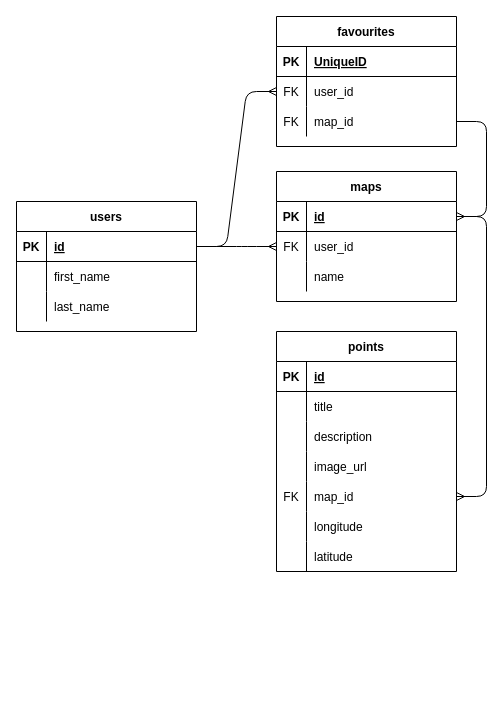
This is planning/midterm_ERD.drawio from StewartMck/mapit, a draw.io file, before an edit. Source tidied: cells renumbered, new cells numbered last; positions are measured from the earlier drawing's top-left corner, leaving out a move shared by most shapes. Both pictures are drawn from the tidied source at 100%, with x=0, y=0 at pixel (16, 16).
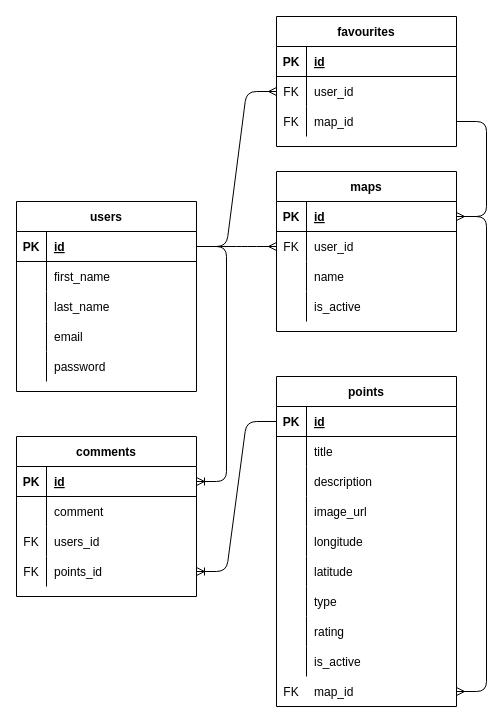
The same page after the edit.

Unchanged cells that the change refers to:
```xml
<mxCell id="3" style="shape=partialRectangle;fillColor=none;top=0;left=0;bottom=1;right=0;points=[[0,0.5],[1,0.5]];portConstraint=eastwest;" parent="2" vertex="1">
  <mxGeometry y="30" width="180" height="30" as="geometry" />
</mxCell>
<mxCell id="23" style="shape=partialRectangle;fillColor=none;top=0;left=0;bottom=1;right=0;" parent="22" vertex="1">
  <mxGeometry y="30" width="180" height="30" as="geometry" />
</mxCell>
<mxCell id="33" style="shape=partialRectangle;fillColor=none;top=0;left=0;bottom=1;right=0;points=[[0,0.5],[1,0.5]];portConstraint=eastwest;" parent="32" vertex="1">
  <mxGeometry y="30" width="180" height="30" as="geometry" />
</mxCell>
```

What changed in the source:
```diff
@@
     <mxCell id="2" value="maps" style="shape=table;startSize=30;childLayout=tableLayout;rowLines=0;fontStyle=1;align=center;" parent="1" vertex="1">
-      <mxGeometry x="260" y="155" width="180" height="130" as="geometry" />
+      <mxGeometry x="260" y="155" width="180" height="160" as="geometry" />
     </mxCell>
@@
+    <mxCell id="59" style="shape=partialRectangle;fillColor=none;top=0;left=0;bottom=0;right=0;" parent="2" vertex="1">
+      <mxGeometry y="120" width="180" height="30" as="geometry" />
+    </mxCell>
+    <mxCell id="60" style="shape=partialRectangle;fillColor=none;top=0;left=0;bottom=0;right=0;overflow=hidden;" parent="59" vertex="1">
+      <mxGeometry width="30" height="30" as="geometry" />
+    </mxCell>
+    <mxCell id="61" value="is_active" style="shape=partialRectangle;fillColor=none;top=0;left=0;bottom=0;right=0;align=left;spacingLeft=6;overflow=hidden;" parent="59" vertex="1">
+      <mxGeometry x="30" width="150" height="30" as="geometry" />
+    </mxCell>
     <mxCell id="12" value="users" style="shape=table;startSize=30;childLayout=tableLayout;rowLines=0;fontStyle=1;align=center;" parent="1" vertex="1">
-      <mxGeometry y="185" width="180" height="130" as="geometry" />
+      <mxGeometry y="185" width="180" height="190" as="geometry" />
     </mxCell>
@@
+    <mxCell id="62" style="shape=partialRectangle;fillColor=none;top=0;left=0;bottom=0;right=0;" parent="12" vertex="1">
+      <mxGeometry y="120" width="180" height="30" as="geometry" />
+    </mxCell>
+    <mxCell id="63" style="shape=partialRectangle;fillColor=none;top=0;left=0;bottom=0;right=0;overflow=hidden;" parent="62" vertex="1">
+      <mxGeometry width="30" height="30" as="geometry" />
+    </mxCell>
+    <mxCell id="64" value="email" style="shape=partialRectangle;fillColor=none;top=0;left=0;bottom=0;right=0;align=left;spacingLeft=6;overflow=hidden;" parent="62" vertex="1">
+      <mxGeometry x="30" width="150" height="30" as="geometry" />
+    </mxCell>
+    <mxCell id="45" style="shape=partialRectangle;fillColor=none;top=0;left=0;bottom=0;right=0;points=[[0,0.5],[1,0.5]];portConstraint=eastwest;" parent="12" vertex="1">
+      <mxGeometry y="150" width="180" height="30" as="geometry" />
+    </mxCell>
+    <mxCell id="65" style="shape=partialRectangle;fillColor=none;top=0;left=0;bottom=0;right=0;overflow=hidden;" parent="45" vertex="1">
+      <mxGeometry width="30" height="30" as="geometry" />
+    </mxCell>
+    <mxCell id="66" value="password" style="shape=partialRectangle;fillColor=none;top=0;left=0;bottom=0;right=0;align=left;spacingLeft=6;overflow=hidden;" parent="45" vertex="1">
+      <mxGeometry x="30" width="150" height="30" as="geometry" />
+    </mxCell>
@@
-    <mxCell id="25" value="UniqueID" style="shape=partialRectangle;fillColor=none;top=0;left=0;bottom=0;right=0;align=left;spacingLeft=6;fontStyle=5;overflow=hidden;" parent="23" vertex="1">
+    <mxCell id="25" value="id" style="shape=partialRectangle;fillColor=none;top=0;left=0;bottom=0;right=0;align=left;spacingLeft=6;fontStyle=5;overflow=hidden;" parent="23" vertex="1">
       <mxGeometry x="30" width="150" height="30" as="geometry" />
     </mxCell>
@@
     <mxCell id="32" value="points" style="shape=table;startSize=30;childLayout=tableLayout;rowLines=0;fontStyle=1;align=center;" parent="1" vertex="1">
-      <mxGeometry x="260" y="315" width="180" height="240" as="geometry" />
+      <mxGeometry x="260" y="360" width="180" height="330" as="geometry" />
     </mxCell>
@@
-    <mxCell id="45" style="shape=partialRectangle;fillColor=none;top=0;left=0;bottom=0;right=0;points=[[0,0.5],[1,0.5]];portConstraint=eastwest;" parent="32" vertex="1">
-      <mxGeometry y="150" width="180" height="30" as="geometry" />
-    </mxCell>
-    <mxCell id="46" value="FK" style="shape=partialRectangle;fillColor=none;top=0;left=0;bottom=0;right=0;overflow=hidden;" parent="45" vertex="1">
-      <mxGeometry width="30" height="30" as="geometry" />
-    </mxCell>
-    <mxCell id="47" value="map_id" style="shape=partialRectangle;fillColor=none;top=0;left=0;bottom=0;right=0;align=left;spacingLeft=6;overflow=hidden;" parent="45" vertex="1">
-      <mxGeometry x="30" width="150" height="30" as="geometry" />
-    </mxCell>
     <mxCell id="48" style="shape=partialRectangle;fillColor=none;top=0;left=0;bottom=0;right=0;" parent="32" vertex="1">
-      <mxGeometry y="180" width="180" height="30" as="geometry" />
+      <mxGeometry y="150" width="180" height="30" as="geometry" />
     </mxCell>
@@
     <mxCell id="51" style="shape=partialRectangle;fillColor=none;top=0;left=0;bottom=0;right=0;" parent="32" vertex="1">
-      <mxGeometry y="210" width="180" height="30" as="geometry" />
+      <mxGeometry y="180" width="180" height="30" as="geometry" />
     </mxCell>
@@
+    <mxCell id="67" style="shape=partialRectangle;fillColor=none;top=0;left=0;bottom=0;right=0;" parent="32" vertex="1">
+      <mxGeometry y="210" width="180" height="30" as="geometry" />
+    </mxCell>
+    <mxCell id="68" style="shape=partialRectangle;fillColor=none;top=0;left=0;bottom=0;right=0;overflow=hidden;" parent="67" vertex="1">
+      <mxGeometry width="30" height="30" as="geometry" />
+    </mxCell>
+    <mxCell id="69" value="type" style="shape=partialRectangle;fillColor=none;top=0;left=0;bottom=0;right=0;align=left;spacingLeft=6;overflow=hidden;" parent="67" vertex="1">
+      <mxGeometry x="30" width="150" height="30" as="geometry" />
+    </mxCell>
+    <mxCell id="70" style="shape=partialRectangle;fillColor=none;top=0;left=0;bottom=0;right=0;" parent="32" vertex="1">
+      <mxGeometry y="240" width="180" height="30" as="geometry" />
+    </mxCell>
+    <mxCell id="71" style="shape=partialRectangle;fillColor=none;top=0;left=0;bottom=0;right=0;overflow=hidden;" parent="70" vertex="1">
+      <mxGeometry width="30" height="30" as="geometry" />
+    </mxCell>
+    <mxCell id="72" value="rating" style="shape=partialRectangle;fillColor=none;top=0;left=0;bottom=0;right=0;align=left;spacingLeft=6;overflow=hidden;" parent="70" vertex="1">
+      <mxGeometry x="30" width="150" height="30" as="geometry" />
+    </mxCell>
+    <mxCell id="73" style="shape=partialRectangle;fillColor=none;top=0;left=0;bottom=0;right=0;" parent="32" vertex="1">
+      <mxGeometry y="270" width="180" height="30" as="geometry" />
+    </mxCell>
+    <mxCell id="74" style="shape=partialRectangle;fillColor=none;top=0;left=0;bottom=0;right=0;overflow=hidden;" parent="73" vertex="1">
+      <mxGeometry width="30" height="30" as="geometry" />
+    </mxCell>
+    <mxCell id="75" value="is_active" style="shape=partialRectangle;fillColor=none;top=0;left=0;bottom=0;right=0;align=left;spacingLeft=6;overflow=hidden;" parent="73" vertex="1">
+      <mxGeometry x="30" width="150" height="30" as="geometry" />
+    </mxCell>
@@
-    <mxCell id="55" style="edgeStyle=entityRelationEdgeStyle;fontSize=12;html=1;endArrow=ERmany;" parent="1" edge="1" source="3" target="45">
+    <mxCell id="55" style="edgeStyle=entityRelationEdgeStyle;fontSize=12;html=1;endArrow=ERmany;entryX=1;entryY=0.5;entryDx=0;entryDy=0;" parent="1" edge="1" source="3" target="91">
       <mxGeometry relative="1" as="geometry" />
     </mxCell>
@@
+    <mxCell id="76" value="comments" style="shape=table;startSize=30;childLayout=tableLayout;rowLines=0;fontStyle=1;align=center;" parent="1" vertex="1">
+      <mxGeometry y="420" width="180" height="160" as="geometry" />
+    </mxCell>
+    <mxCell id="77" style="shape=partialRectangle;fillColor=none;top=0;left=0;bottom=1;right=0;points=[[0,0.5],[1,0.5]];portConstraint=eastwest;" parent="76" vertex="1">
+      <mxGeometry y="30" width="180" height="30" as="geometry" />
+    </mxCell>
+    <mxCell id="78" value="PK" style="shape=partialRectangle;fillColor=none;top=0;left=0;bottom=0;right=0;fontStyle=1;overflow=hidden;" parent="77" vertex="1">
+      <mxGeometry width="30" height="30" as="geometry" />
+    </mxCell>
+    <mxCell id="79" value="id" style="shape=partialRectangle;fillColor=none;top=0;left=0;bottom=0;right=0;align=left;spacingLeft=6;fontStyle=5;overflow=hidden;" parent="77" vertex="1">
+      <mxGeometry x="30" width="150" height="30" as="geometry" />
+    </mxCell>
+    <mxCell id="80" style="shape=partialRectangle;fillColor=none;top=0;left=0;bottom=0;right=0;" parent="76" vertex="1">
+      <mxGeometry y="60" width="180" height="30" as="geometry" />
+    </mxCell>
+    <mxCell id="81" style="shape=partialRectangle;fillColor=none;top=0;left=0;bottom=0;right=0;overflow=hidden;" parent="80" vertex="1">
+      <mxGeometry width="30" height="30" as="geometry" />
+    </mxCell>
+    <mxCell id="82" value="comment" style="shape=partialRectangle;fillColor=none;top=0;left=0;bottom=0;right=0;align=left;spacingLeft=6;overflow=hidden;" parent="80" vertex="1">
+      <mxGeometry x="30" width="150" height="30" as="geometry" />
+    </mxCell>
+    <mxCell id="83" style="shape=partialRectangle;fillColor=none;top=0;left=0;bottom=0;right=0;" parent="76" vertex="1">
+      <mxGeometry y="90" width="180" height="30" as="geometry" />
+    </mxCell>
+    <mxCell id="84" value="FK" style="shape=partialRectangle;fillColor=none;top=0;left=0;bottom=0;right=0;overflow=hidden;" parent="83" vertex="1">
+      <mxGeometry width="30" height="30" as="geometry" />
+    </mxCell>
+    <mxCell id="85" value="users_id" style="shape=partialRectangle;fillColor=none;top=0;left=0;bottom=0;right=0;align=left;spacingLeft=6;overflow=hidden;" parent="83" vertex="1">
+      <mxGeometry x="30" width="150" height="30" as="geometry" />
+    </mxCell>
+    <mxCell id="86" style="shape=partialRectangle;fillColor=none;top=0;left=0;bottom=0;right=0;points=[[0,0.5],[1,0.5]];portConstraint=eastwest;" parent="76" vertex="1">
+      <mxGeometry y="120" width="180" height="30" as="geometry" />
+    </mxCell>
+    <mxCell id="87" value="FK" style="shape=partialRectangle;fillColor=none;top=0;left=0;bottom=0;right=0;overflow=hidden;" parent="86" vertex="1">
+      <mxGeometry width="30" height="30" as="geometry" />
+    </mxCell>
+    <mxCell id="88" value="points_id" style="shape=partialRectangle;fillColor=none;top=0;left=0;bottom=0;right=0;align=left;spacingLeft=6;overflow=hidden;" parent="86" vertex="1">
+      <mxGeometry x="30" width="150" height="30" as="geometry" />
+    </mxCell>
+    <mxCell id="89" style="edgeStyle=entityRelationEdgeStyle;fontSize=12;html=1;endArrow=ERoneToMany;entryX=1;entryY=0.5;entryDx=0;entryDy=0;" parent="1" edge="1" target="77">
+      <mxGeometry relative="1" as="geometry">
+        <mxPoint x="180" y="230" as="sourcePoint" />
+      </mxGeometry>
+    </mxCell>
+    <mxCell id="90" style="edgeStyle=entityRelationEdgeStyle;fontSize=12;html=1;endArrow=ERoneToMany;exitX=0;exitY=0.5;exitDx=0;exitDy=0;entryX=1;entryY=0.5;entryDx=0;entryDy=0;" parent="1" edge="1" source="33" target="86">
+      <mxGeometry relative="1" as="geometry" />
+    </mxCell>
+    <mxCell id="91" style="shape=partialRectangle;fillColor=none;top=0;left=0;bottom=0;right=0;points=[[0,0.5],[1,0.5]];portConstraint=eastwest;" parent="1" vertex="1">
+      <mxGeometry x="260" y="660" width="180" height="30" as="geometry" />
+    </mxCell>
+    <mxCell id="92" value="FK" style="shape=partialRectangle;fillColor=none;top=0;left=0;bottom=0;right=0;overflow=hidden;" parent="91" vertex="1">
+      <mxGeometry width="30" height="30" as="geometry" />
+    </mxCell>
+    <mxCell id="47" value="map_id" style="shape=partialRectangle;fillColor=none;top=0;left=0;bottom=0;right=0;align=left;spacingLeft=6;overflow=hidden;" parent="91" vertex="1">
+      <mxGeometry x="30" width="150" height="30" as="geometry" />
+    </mxCell>
```
